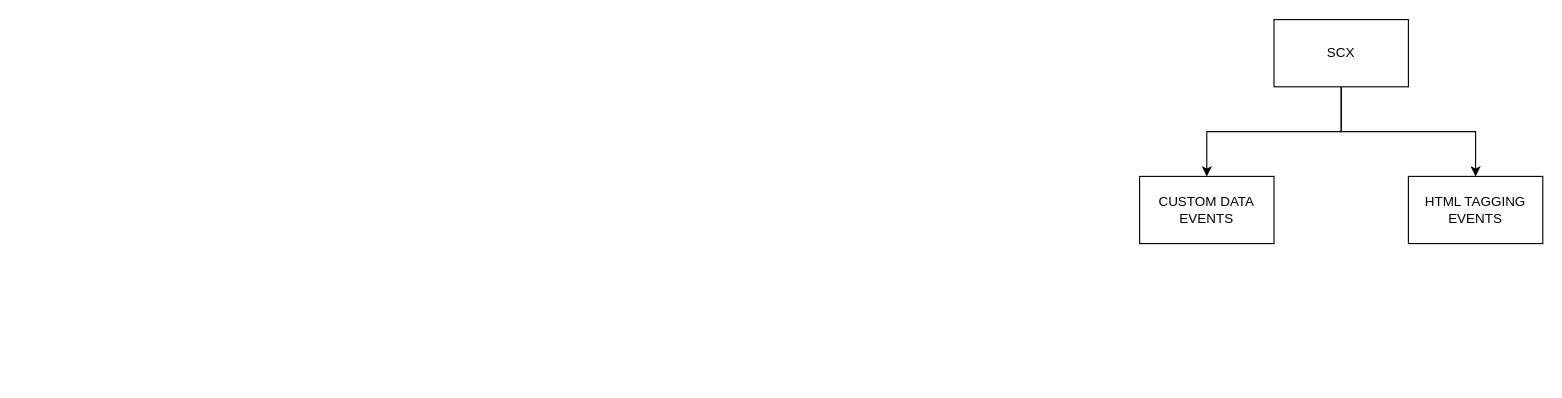
Before: AEC-ANALYTICS-ENGG-DESIGN.drawio in ssharifdev/draw.io, a draw.io diagram. Source tidied: cells renumbered, new cells numbered last; positions are measured from the earlier drawing's top-left corner, leaving out a move shared by most shapes. Both pictures are drawn from the tidied source at 112%, with x=0, y=0 at pixel (1139, 19).
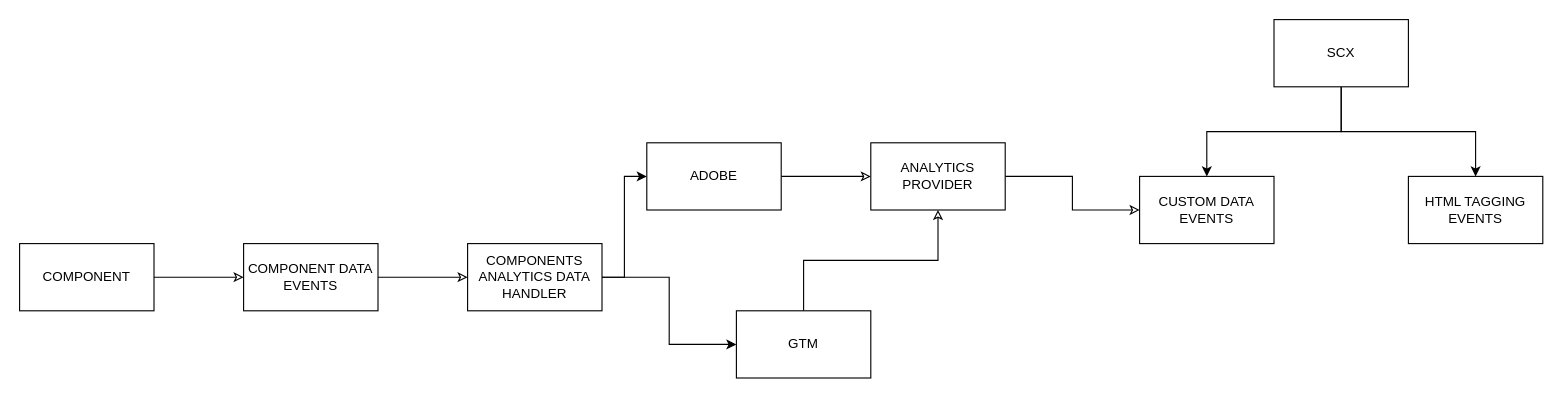
Above is the later version.

Change to the diagram source:
```diff
@@
 <mxGraphModel>
   <root>
     <mxCell id="0" />
     <mxCell id="1" parent="0" />
     <mxCell id="2" style="edgeStyle=orthogonalEdgeStyle;rounded=0;jettySize=auto;html=1;" parent="1" edge="1" source="4" target="5">
       <mxGeometry relative="1" as="geometry" />
     </mxCell>
     <mxCell id="3" style="edgeStyle=orthogonalEdgeStyle;rounded=0;jettySize=auto;html=1;" parent="1" edge="1" source="4" target="6">
       <mxGeometry relative="1" as="geometry" />
     </mxCell>
     <mxCell id="4" value="SCX" style="rounded=0;whiteSpace=wrap;html=1;" parent="1" vertex="1">
       <mxGeometry x="120" width="120" height="60" as="geometry" />
     </mxCell>
+    <mxCell id="7" style="edgeStyle=orthogonalEdgeStyle;rounded=0;jettySize=auto;html=1;startArrow=classic;startFill=0;endArrow=none;" parent="1" edge="1" source="5" target="10">
+      <mxGeometry relative="1" as="geometry" />
+    </mxCell>
     <mxCell id="5" value="CUSTOM DATA EVENTS" style="rounded=0;whiteSpace=wrap;html=1;" parent="1" vertex="1">
       <mxGeometry y="140" width="120" height="60" as="geometry" />
     </mxCell>
     <mxCell id="6" value="HTML TAGGING EVENTS" style="rounded=0;whiteSpace=wrap;html=1;" parent="1" vertex="1">
       <mxGeometry x="240" y="140" width="120" height="60" as="geometry" />
     </mxCell>
+    <mxCell id="8" style="edgeStyle=orthogonalEdgeStyle;rounded=0;jettySize=auto;html=1;startArrow=classic;startFill=0;endArrow=none;" parent="1" edge="1" source="10" target="11">
+      <mxGeometry relative="1" as="geometry" />
+    </mxCell>
+    <mxCell id="9" style="edgeStyle=orthogonalEdgeStyle;rounded=0;jettySize=auto;html=1;startArrow=classic;startFill=0;endArrow=none;" parent="1" edge="1" source="10" target="12">
+      <mxGeometry relative="1" as="geometry" />
+    </mxCell>
+    <mxCell id="10" value="ANALYTICS PROVIDER" style="rounded=0;whiteSpace=wrap;html=1;" parent="1" vertex="1">
+      <mxGeometry x="-240" y="110" width="120" height="60" as="geometry" />
+    </mxCell>
+    <mxCell id="11" value="ADOBE" style="rounded=0;whiteSpace=wrap;html=1;" parent="1" vertex="1">
+      <mxGeometry x="-440" y="110" width="120" height="60" as="geometry" />
+    </mxCell>
+    <mxCell id="12" value="GTM" style="rounded=0;whiteSpace=wrap;html=1;" parent="1" vertex="1">
+      <mxGeometry x="-360" y="260" width="120" height="60" as="geometry" />
+    </mxCell>
+    <mxCell id="13" style="edgeStyle=orthogonalEdgeStyle;rounded=0;jettySize=auto;html=1;startArrow=classic;startFill=0;endArrow=none;" parent="1" edge="1" source="16" target="18">
+      <mxGeometry relative="1" as="geometry" />
+    </mxCell>
+    <mxCell id="14" style="edgeStyle=orthogonalEdgeStyle;rounded=0;jettySize=auto;html=1;entryX=0;entryY=0.5;entryDx=0;entryDy=0;" parent="1" edge="1" source="16" target="11">
+      <mxGeometry relative="1" as="geometry" />
+    </mxCell>
+    <mxCell id="15" style="edgeStyle=orthogonalEdgeStyle;rounded=0;jettySize=auto;html=1;entryX=0;entryY=0.5;entryDx=0;entryDy=0;" parent="1" edge="1" source="16" target="12">
+      <mxGeometry relative="1" as="geometry" />
+    </mxCell>
+    <mxCell id="16" value="COMPONENTS ANALYTICS DATA HANDLER" style="rounded=0;whiteSpace=wrap;html=1;" parent="1" vertex="1">
+      <mxGeometry x="-600" y="200" width="120" height="60" as="geometry" />
+    </mxCell>
+    <mxCell id="17" style="edgeStyle=orthogonalEdgeStyle;rounded=0;jettySize=auto;html=1;startArrow=classic;startFill=0;endArrow=none;" parent="1" edge="1" source="18" target="19">
+      <mxGeometry relative="1" as="geometry" />
+    </mxCell>
+    <mxCell id="18" value="COMPONENT DATA EVENTS" style="rounded=0;whiteSpace=wrap;html=1;" parent="1" vertex="1">
+      <mxGeometry x="-800" y="200" width="120" height="60" as="geometry" />
+    </mxCell>
+    <mxCell id="19" value="COMPONENT" style="rounded=0;whiteSpace=wrap;html=1;" parent="1" vertex="1">
+      <mxGeometry x="-1000" y="200" width="120" height="60" as="geometry" />
+    </mxCell>
   </root>
 </mxGraphModel>
```
